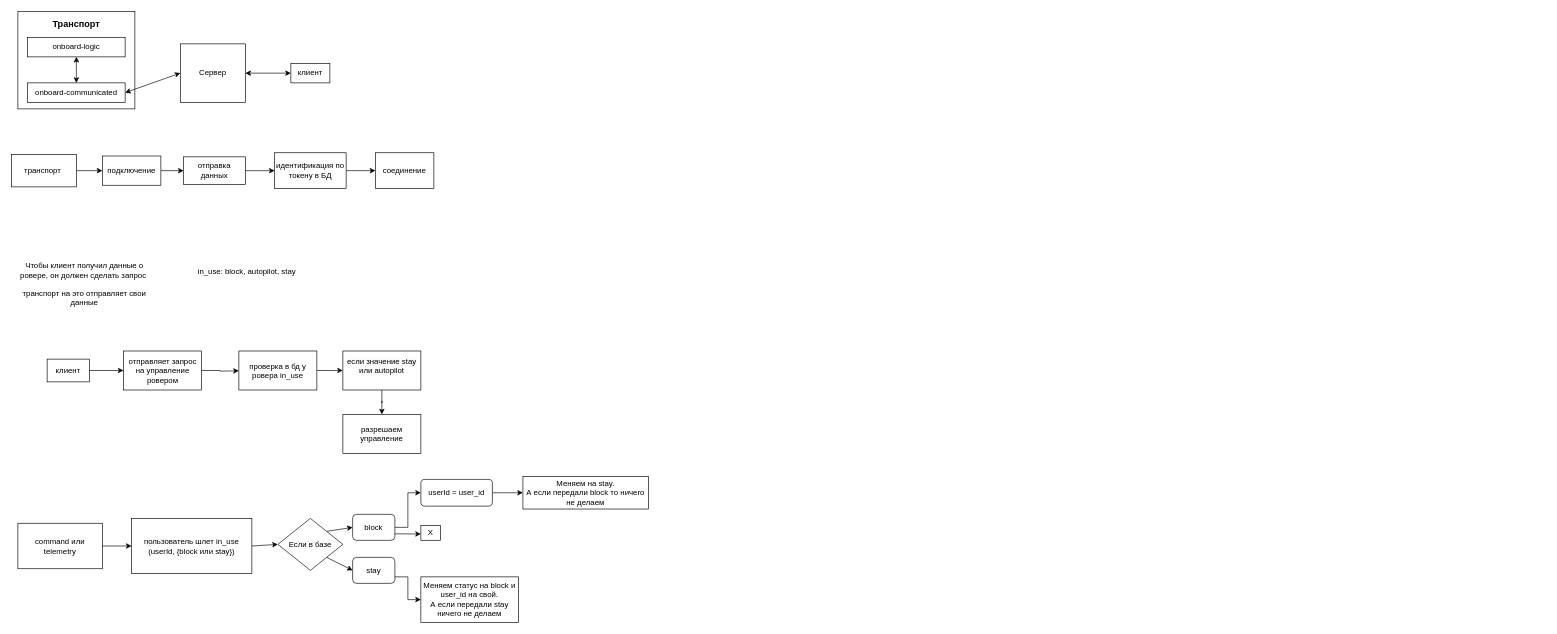
GrigoryGriko/astro_checklist keeps this draw.io diagram as ТРанспорт, телеметрия.drawio. Above is the earlier version. Source tidied: cells renumbered, new cells numbered last; positions are measured from the earlier drawing's top-left corner, leaving out a move shared by most shapes. Both pictures are drawn from the tidied source at 65%, with x=0, y=0 at pixel (11, 11).
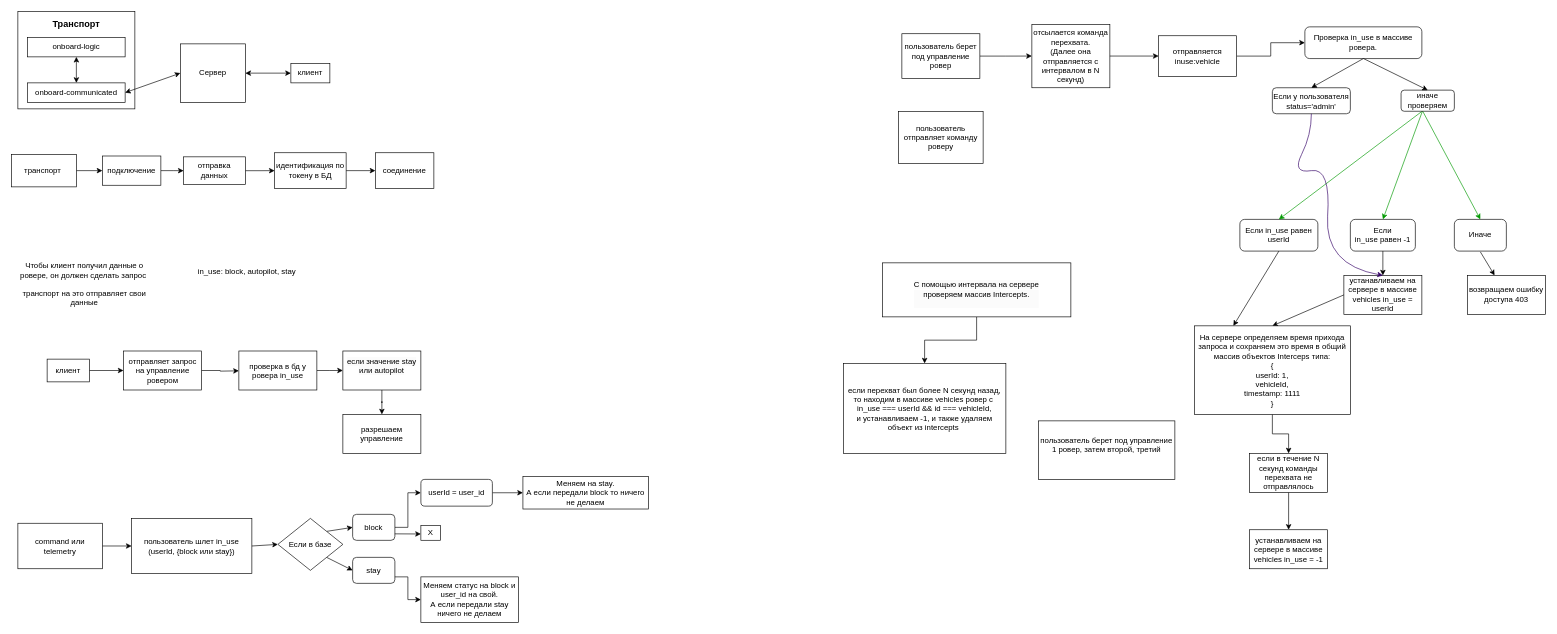
The same diagram, later.

The edit, as a diff of the source:
```diff
@@
+    <mxCell id="48" style="edgeStyle=orthogonalEdgeStyle;rounded=0;jettySize=auto;html=1;entryX=0;entryY=0.5;entryDx=0;entryDy=0;" parent="1" edge="1" source="49" target="52">
+      <mxGeometry relative="1" as="geometry" />
+    </mxCell>
+    <mxCell id="49" value="пользователь берет под управление ровер" style="rounded=0;whiteSpace=wrap;html=1;" parent="1" vertex="1">
+      <mxGeometry x="1370" y="34.4" width="120" height="68.8" as="geometry" />
+    </mxCell>
+    <mxCell id="50" style="edgeStyle=orthogonalEdgeStyle;rounded=0;jettySize=auto;html=1;" parent="1" edge="1" source="51" target="54">
+      <mxGeometry relative="1" as="geometry" />
+    </mxCell>
+    <mxCell id="51" value="отправляется inuse:vehicle" style="whiteSpace=wrap;html=1;rounded=0;" parent="1" vertex="1">
+      <mxGeometry x="1765" y="37.5" width="120" height="62.5" as="geometry" />
+    </mxCell>
+    <mxCell id="52" value="отсылается команда перехвата.&lt;div&gt;(Далее она отправляется с интервалом&amp;nbsp;&lt;span style=&quot;background-color: initial;&quot;&gt;в N секунд&lt;/span&gt;&lt;span style=&quot;background-color: initial;&quot;&gt;)&lt;/span&gt;&lt;/div&gt;" style="rounded=0;whiteSpace=wrap;html=1;" parent="1" vertex="1">
+      <mxGeometry x="1570" y="20" width="120" height="97.5" as="geometry" />
+    </mxCell>
+    <mxCell id="53" style="endArrow=classic;html=1;rounded=0;exitX=1;exitY=0.5;exitDx=0;exitDy=0;entryX=0;entryY=0.5;entryDx=0;entryDy=0;" parent="1" edge="1" source="52" target="51">
+      <mxGeometry relative="1" as="geometry" />
+    </mxCell>
+    <mxCell id="54" value="Проверка in_use в массиве ровера." style="rounded=1;whiteSpace=wrap;html=1;" parent="1" vertex="1">
+      <mxGeometry x="1990" y="23.8" width="180" height="48.8" as="geometry" />
+    </mxCell>
+    <mxCell id="55" value="Иначе" style="rounded=1;whiteSpace=wrap;html=1;" parent="1" vertex="1">
+      <mxGeometry x="2220" y="320" width="80" height="48.8" as="geometry" />
+    </mxCell>
+    <mxCell id="56" value="Если in_use равен userId" style="rounded=1;whiteSpace=wrap;html=1;" parent="1" vertex="1">
+      <mxGeometry x="1890" y="320" width="120" height="48.8" as="geometry" />
+    </mxCell>
+    <mxCell id="57" value="Если in_use&amp;nbsp;равен -1" style="rounded=1;whiteSpace=wrap;html=1;" parent="1" vertex="1">
+      <mxGeometry x="2060" y="320" width="100" height="48.8" as="geometry" />
+    </mxCell>
+    <mxCell id="58" style="endArrow=classic;html=1;rounded=0;entryX=0.5;entryY=0;entryDx=0;entryDy=0;exitX=0.402;exitY=0.985;exitDx=0;exitDy=0;exitPerimeter=0;strokeColor=#009900;" parent="1" edge="1" source="72" target="57">
+      <mxGeometry relative="1" as="geometry" />
+    </mxCell>
+    <mxCell id="59" style="endArrow=classic;html=1;rounded=0;entryX=0.5;entryY=0;entryDx=0;entryDy=0;exitX=0.39;exitY=0.923;exitDx=0;exitDy=0;exitPerimeter=0;strokeColor=#009900;" parent="1" edge="1" source="72" target="55">
+      <mxGeometry relative="1" as="geometry" />
+    </mxCell>
+    <mxCell id="60" style="endArrow=classic;html=1;rounded=0;entryX=0.5;entryY=0;entryDx=0;entryDy=0;exitX=0.402;exitY=0.985;exitDx=0;exitDy=0;exitPerimeter=0;strokeColor=#009900;" parent="1" edge="1" source="72" target="56">
+      <mxGeometry relative="1" as="geometry" />
+    </mxCell>
+    <mxCell id="61" style="endArrow=classic;html=1;rounded=0;" parent="1" edge="1" target="62">
+      <mxGeometry relative="1" as="geometry">
+        <mxPoint x="2260" y="370" as="sourcePoint" />
+      </mxGeometry>
+    </mxCell>
+    <mxCell id="62" value="возвращаем ошибку доступа 403" style="rounded=0;whiteSpace=wrap;html=1;" parent="1" vertex="1">
+      <mxGeometry x="2240" y="406.2" width="120" height="60" as="geometry" />
+    </mxCell>
+    <mxCell id="63" style="endArrow=classic;html=1;rounded=0;" parent="1" edge="1" target="64">
+      <mxGeometry relative="1" as="geometry">
+        <mxPoint x="2110" y="368.8" as="sourcePoint" />
+      </mxGeometry>
+    </mxCell>
+    <mxCell id="64" value="устанавливаем на сервере в массиве vehicles in_use = userId" style="rounded=0;whiteSpace=wrap;html=1;" parent="1" vertex="1">
+      <mxGeometry x="2050" y="406.2" width="120" height="60" as="geometry" />
+    </mxCell>
+    <mxCell id="65" style="endArrow=classic;html=1;rounded=0;exitX=0;exitY=0.5;exitDx=0;exitDy=0;entryX=0.5;entryY=0;entryDx=0;entryDy=0;" parent="1" edge="1" source="64" target="77">
+      <mxGeometry relative="1" as="geometry" />
+    </mxCell>
+    <mxCell id="66" style="edgeStyle=orthogonalEdgeStyle;rounded=0;jettySize=auto;html=1;exitX=0.5;exitY=1;exitDx=0;exitDy=0;" parent="1" edge="1" source="77" target="69">
+      <mxGeometry relative="1" as="geometry" />
+    </mxCell>
+    <mxCell id="67" style="endArrow=classic;html=1;rounded=0;exitX=0.5;exitY=1;exitDx=0;exitDy=0;entryX=0.25;entryY=0;entryDx=0;entryDy=0;" parent="1" edge="1" source="56" target="77">
+      <mxGeometry relative="1" as="geometry" />
+    </mxCell>
+    <mxCell id="68" style="edgeStyle=orthogonalEdgeStyle;rounded=0;jettySize=auto;html=1;entryX=0.5;entryY=0;entryDx=0;entryDy=0;" parent="1" edge="1" source="69" target="70">
+      <mxGeometry relative="1" as="geometry" />
+    </mxCell>
+    <mxCell id="69" value="если в течение N секунд команды перехвата не отправлялось" style="whiteSpace=wrap;html=1;rounded=0;" parent="1" vertex="1">
+      <mxGeometry x="1905" y="680" width="120" height="60" as="geometry" />
+    </mxCell>
+    <mxCell id="70" value="устанавливаем на сервере в массиве vehicles in_use = -1" style="whiteSpace=wrap;html=1;rounded=0;" parent="1" vertex="1">
+      <mxGeometry x="1905" y="797.5" width="120" height="60" as="geometry" />
+    </mxCell>
+    <mxCell id="71" value="Если у пользователя status='admin'" style="rounded=1;whiteSpace=wrap;html=1;" parent="1" vertex="1">
+      <mxGeometry x="1940" y="117.5" width="120" height="40" as="geometry" />
+    </mxCell>
+    <mxCell id="72" value="иначе&lt;br&gt;проверяем" style="rounded=1;whiteSpace=wrap;html=1;" parent="1" vertex="1">
+      <mxGeometry x="2138" y="121.2" width="82" height="32.5" as="geometry" />
+    </mxCell>
+    <mxCell id="73" style="curved=1;endArrow=classic;html=1;rounded=0;exitX=0.5;exitY=1;exitDx=0;exitDy=0;entryX=0.5;entryY=0;entryDx=0;entryDy=0;strokeColor=#330066;" parent="1" edge="1" source="71" target="64">
+      <mxGeometry relative="1" as="geometry">
+        <Array as="points">
+          <mxPoint x="2000" y="190" />
+          <mxPoint x="1970" y="250" />
+          <mxPoint x="2030" y="240" />
+          <mxPoint x="2020" y="390" />
+        </Array>
+      </mxGeometry>
+    </mxCell>
+    <mxCell id="74" style="endArrow=classic;html=1;rounded=0;entryX=0.5;entryY=0;entryDx=0;entryDy=0;" parent="1" edge="1" target="72">
+      <mxGeometry relative="1" as="geometry">
+        <mxPoint x="2080" y="72.5" as="sourcePoint" />
+      </mxGeometry>
+    </mxCell>
+    <mxCell id="75" style="endArrow=classic;html=1;rounded=0;entryX=0.5;entryY=0;entryDx=0;entryDy=0;exitX=0.5;exitY=1;exitDx=0;exitDy=0;" parent="1" edge="1" source="54" target="71">
+      <mxGeometry relative="1" as="geometry" />
+    </mxCell>
+    <mxCell id="76" value="пользователь отправляет команду роверу" style="rounded=0;whiteSpace=wrap;html=1;" parent="1" vertex="1">
+      <mxGeometry x="1365" y="153.8" width="130" height="80" as="geometry" />
+    </mxCell>
+    <mxCell id="77" value="&lt;div&gt;На сервере определяем время прихода запроса и сохраняем это время в общий массив объектов Interceps типа:&lt;/div&gt;&lt;div&gt;&lt;div&gt;{&lt;/div&gt;&lt;div&gt;userId: 1,&lt;/div&gt;&lt;div&gt;vehicleId,&lt;/div&gt;&lt;div&gt;timestamp: 1111&lt;/div&gt;&lt;div&gt;}&lt;/div&gt;&lt;/div&gt;" style="rounded=0;whiteSpace=wrap;html=1;" parent="1" vertex="1">
+      <mxGeometry x="1820" y="483.8" width="240" height="136.2" as="geometry" />
+    </mxCell>
+    <mxCell id="78" style="edgeStyle=orthogonalEdgeStyle;rounded=0;jettySize=auto;html=1;" parent="1" edge="1" source="79" target="80">
+      <mxGeometry relative="1" as="geometry" />
+    </mxCell>
+    <mxCell id="79" value="&lt;br&gt;&lt;span style=&quot;color: rgb(0, 0, 0); font-family: Helvetica; font-size: 12px; font-style: normal; font-variant-ligatures: normal; font-variant-caps: normal; font-weight: 400; letter-spacing: normal; orphans: 2; text-indent: 0px; text-transform: none; widows: 2; word-spacing: 0px; -webkit-text-stroke-width: 0px; white-space: normal; text-decoration-thickness: initial; text-decoration-style: initial; text-decoration-color: initial; text-align: center; background-color: rgb(251, 251, 251); float: none; display: inline !important;&quot;&gt;С помощью интервала на сервере&lt;/span&gt;&lt;div style=&quot;color: rgb(0, 0, 0); font-family: Helvetica; font-size: 12px; font-style: normal; font-variant-ligatures: normal; font-variant-caps: normal; font-weight: 400; letter-spacing: normal; orphans: 2; text-indent: 0px; text-transform: none; widows: 2; word-spacing: 0px; -webkit-text-stroke-width: 0px; white-space: normal; text-decoration-thickness: initial; text-decoration-style: initial; text-decoration-color: initial; text-align: center; background-color: rgb(251, 251, 251);&quot;&gt;проверяем массив&amp;nbsp;&lt;span style=&quot;background-color: initial;&quot;&gt;Intercepts.&lt;/span&gt;&lt;/div&gt;&lt;div style=&quot;color: rgb(0, 0, 0); font-family: Helvetica; font-size: 12px; font-style: normal; font-variant-ligatures: normal; font-variant-caps: normal; font-weight: 400; letter-spacing: normal; orphans: 2; text-indent: 0px; text-transform: none; widows: 2; word-spacing: 0px; -webkit-text-stroke-width: 0px; white-space: normal; text-decoration-thickness: initial; text-decoration-style: initial; text-decoration-color: initial; text-align: center; background-color: rgb(251, 251, 251);&quot;&gt;&lt;span style=&quot;background-color: initial;&quot;&gt;&lt;br&gt;&lt;/span&gt;&lt;/div&gt;" style="rounded=0;whiteSpace=wrap;html=1;" parent="1" vertex="1">
+      <mxGeometry x="1340" y="386.9" width="290" height="83.1" as="geometry" />
+    </mxCell>
+    <mxCell id="80" value="если перехват был более N секунд назад, то находим в массиве vehicles ровер с&amp;nbsp;&lt;div&gt;in_use === userId &amp;amp;&amp;amp; id === vehicleId,&lt;/div&gt;&lt;div&gt;и устанавливаем -1, и также удаляем объект из intercepts&lt;span style=&quot;background-color: initial;&quot;&gt;&amp;nbsp;&lt;/span&gt;&lt;/div&gt;" style="whiteSpace=wrap;html=1;rounded=0;" parent="1" vertex="1">
+      <mxGeometry x="1280" y="541.6" width="250" height="138.4" as="geometry" />
+    </mxCell>
+    <mxCell id="81" value="пользователь берет под управление 1 ровер, затем второй, третий&lt;div&gt;&lt;br&gt;&lt;/div&gt;" style="rounded=0;whiteSpace=wrap;html=1;" parent="1" vertex="1">
+      <mxGeometry x="1580" y="630" width="210" height="90" as="geometry" />
+    </mxCell>
```
